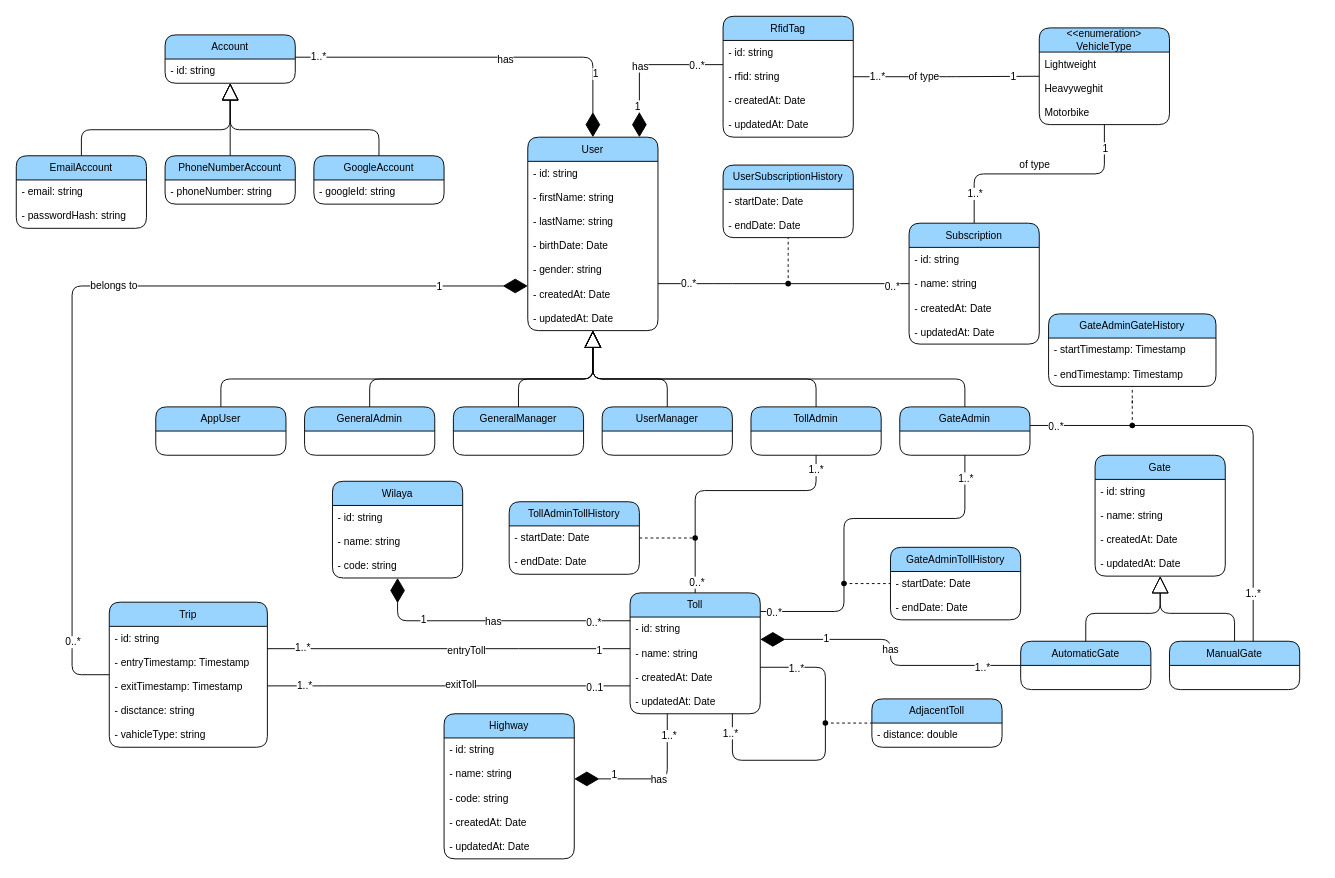
This is page "class diagram" (4 of 6) of diagrams/PeagePay.drawio from devlotfi/peage-pay, a draw.io file, before an edit. Source tidied: cells renumbered, new cells numbered last; positions are measured from the earlier drawing's top-left corner, leaving out a move shared by most shapes. Both pictures are drawn from the tidied source at 93%, with x=0, y=0 at pixel (16, 16).
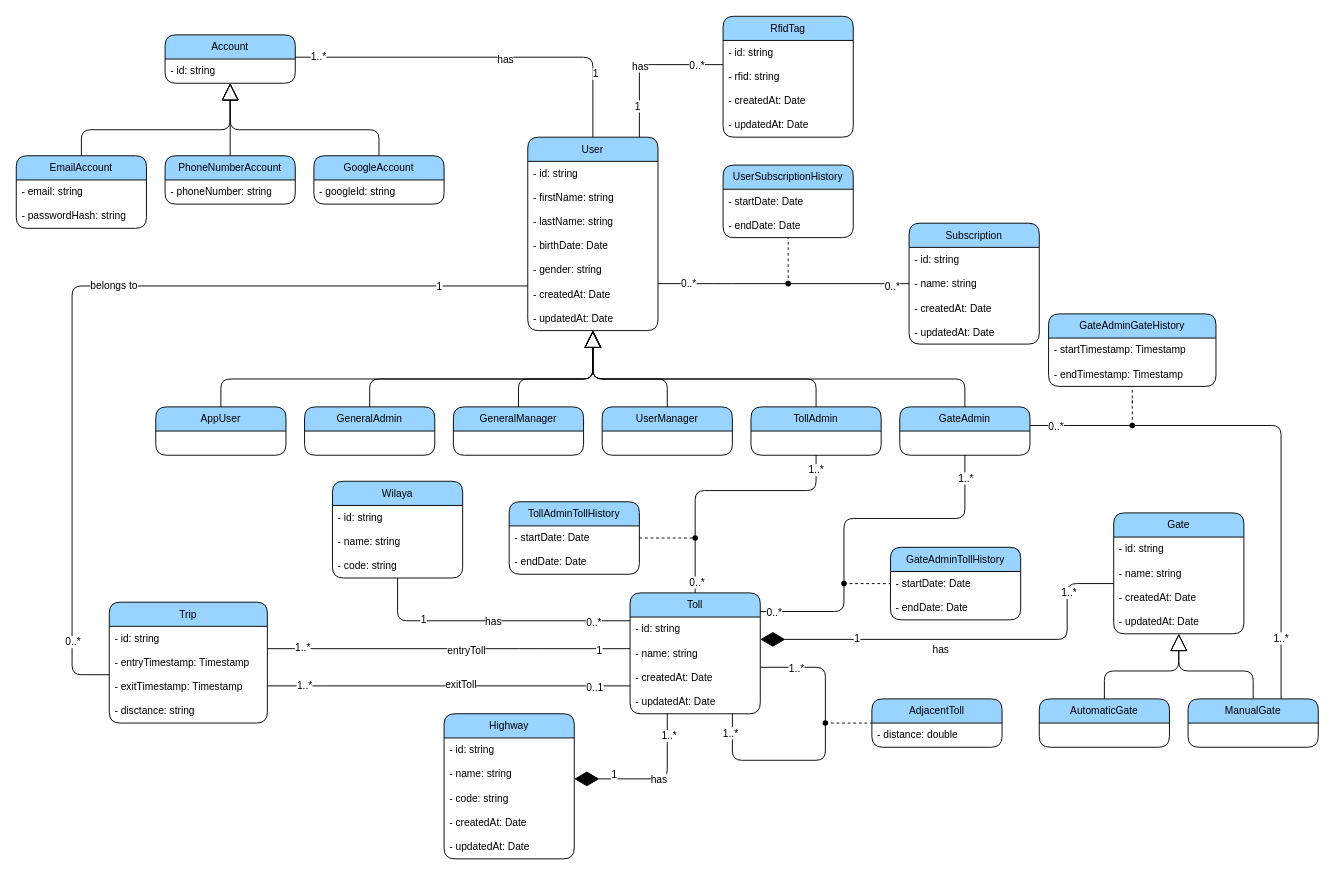
The same diagram, later.

Unchanged cells that the change refers to:
```xml
<mxCell id="8" value="Toll" style="swimlane;fontStyle=0;horizontal=1;startSize=26;fillColor=#99D3FF;whiteSpace=wrap;html=1;fontFamily=Helvetica;fontSize=11;fontColor=default;fillStyle=auto;rounded=1;glass=0;shadow=0;swimlaneFillColor=none;gradientColor=none;" parent="1" vertex="1">
  <mxGeometry x="660" y="620" width="140" height="130" as="geometry" />
</mxCell>
<mxCell id="13" value="Wilaya" style="swimlane;fontStyle=0;horizontal=1;startSize=26;whiteSpace=wrap;html=1;fontFamily=Helvetica;fontSize=11;fillStyle=auto;rounded=1;fillColor=#99D3FF;glass=0;shadow=0;swimlaneFillColor=none;gradientColor=none;fontColor=default;" parent="1" vertex="1">
  <mxGeometry x="340" y="500" width="140" height="104" as="geometry" />
</mxCell>
<mxCell id="25" value="User" style="swimlane;fontStyle=0;horizontal=1;startSize=26;fillColor=#99D3FF;whiteSpace=wrap;html=1;fontFamily=Helvetica;fontSize=11;fontColor=default;fillStyle=auto;rounded=1;glass=0;shadow=0;swimlaneFillColor=none;gradientColor=none;" parent="1" vertex="1">
  <mxGeometry x="550" y="130" width="140" height="208" as="geometry" />
</mxCell>
<mxCell id="79" value="Subscription" style="swimlane;fontStyle=0;horizontal=1;startSize=26;fillColor=#99D3FF;whiteSpace=wrap;html=1;fontFamily=Helvetica;fontSize=11;fontColor=default;fillStyle=auto;rounded=1;glass=0;shadow=0;swimlaneFillColor=none;gradientColor=none;" parent="1" vertex="1">
  <mxGeometry x="960" y="222.5" width="140" height="130" as="geometry" />
</mxCell>
<mxCell id="88" value="RfidTag" style="swimlane;fontStyle=0;horizontal=1;startSize=26;fillColor=#99D3FF;whiteSpace=wrap;html=1;fontFamily=Helvetica;fontSize=11;fontColor=default;fillStyle=auto;rounded=1;glass=0;shadow=0;swimlaneFillColor=none;gradientColor=none;" parent="1" vertex="1">
  <mxGeometry x="760" width="140" height="130" as="geometry" />
</mxCell>
<mxCell id="122" value="Account" style="swimlane;fontStyle=0;horizontal=1;startSize=26;whiteSpace=wrap;html=1;fontFamily=Helvetica;fontSize=11;fillColor=#99D3FF;fillStyle=auto;rounded=1;glass=0;shadow=0;swimlaneFillColor=none;gradientColor=none;fontColor=default;" parent="1" vertex="1">
  <mxGeometry x="160" y="20" width="140" height="52" as="geometry" />
</mxCell>
<mxCell id="161" style="shape=waypoint;sketch=0;size=6;points=[];fillColor=none;perimeter=centerPerimeter;snapToPoint=1;fontFamily=Helvetica;fontSize=11;fontColor=default;" parent="1" vertex="1">
  <mxGeometry x="1190" y="430" width="20" height="20" as="geometry" />
</mxCell>
```

What changed in the source:
```diff
@@
-    <mxCell id="17" style="endArrow=diamondThin;endFill=1;endSize=24;html=1;rounded=1;labelBackgroundColor=default;strokeColor=default;align=center;verticalAlign=middle;fontFamily=Helvetica;fontSize=11;fontColor=default;shape=connector;edgeStyle=orthogonalEdgeStyle;curved=0;" parent="1" edge="1" source="8" target="13">
+    <mxCell id="17" style="endArrow=none;endFill=0;endSize=24;html=1;rounded=1;labelBackgroundColor=default;strokeColor=default;align=center;verticalAlign=middle;fontFamily=Helvetica;fontSize=11;fontColor=default;shape=connector;edgeStyle=orthogonalEdgeStyle;curved=0;" parent="1" edge="1" source="8" target="13">
       <mxGeometry relative="1" as="geometry">
         <Array as="points">
           <mxPoint x="410" y="650" />
         </Array>
       </mxGeometry>
     </mxCell>
@@
     <mxCell id="43" value="Gate" style="swimlane;fontStyle=0;horizontal=1;startSize=26;fillColor=#99D3FF;whiteSpace=wrap;html=1;fontFamily=Helvetica;fontSize=11;fontColor=default;fillStyle=auto;rounded=1;glass=0;shadow=0;swimlaneFillColor=none;gradientColor=none;" parent="1" vertex="1">
-      <mxGeometry x="1160" y="472" width="140" height="130" as="geometry" />
+      <mxGeometry x="1180" y="534" width="140" height="130" as="geometry" />
     </mxCell>
@@
-    <mxCell id="48" style="endArrow=diamondThin;endFill=1;endSize=24;html=1;rounded=1;labelBackgroundColor=default;strokeColor=default;align=center;verticalAlign=middle;fontFamily=Helvetica;fontSize=11;fontColor=default;shape=connector;edgeStyle=orthogonalEdgeStyle;curved=0;fillColor=#1ba1e2;" parent="1" edge="1" source="152" target="8">
+    <mxCell id="48" style="endArrow=diamondThin;endFill=1;endSize=24;html=1;rounded=1;labelBackgroundColor=default;strokeColor=default;align=center;verticalAlign=middle;fontFamily=Helvetica;fontSize=11;fontColor=default;shape=connector;edgeStyle=orthogonalEdgeStyle;curved=0;fillColor=#1ba1e2;" parent="1" edge="1" source="43" target="8">
       <mxGeometry relative="1" as="geometry">
         <Array as="points">
-          <mxPoint x="940" y="698" />
-          <mxPoint x="940" y="670" />
+          <mxPoint x="1130" y="610" />
+          <mxPoint x="1130" y="670" />
         </Array>
       </mxGeometry>
     </mxCell>
@@
-    <mxCell id="75" style="edgeStyle=orthogonalEdgeStyle;shape=connector;curved=0;rounded=1;jettySize=auto;html=1;labelBackgroundColor=default;strokeColor=default;align=center;verticalAlign=middle;fontFamily=Helvetica;fontSize=11;fontColor=default;endArrow=none;endFill=0;endSize=16;" parent="1" edge="1" source="79" target="97">
-      <mxGeometry relative="1" as="geometry" />
-    </mxCell>
-    <mxCell id="76" value="of type" style="edgeLabel;html=1;align=center;verticalAlign=middle;fontSize=11;fontFamily=Helvetica;fontColor=default;" parent="75" vertex="1">
-      <mxGeometry x="-0.05" relative="1" as="geometry">
-        <mxPoint y="-10" as="offset" />
-      </mxGeometry>
-    </mxCell>
-    <mxCell id="77" value="1..*" style="edgeLabel;html=1;align=center;verticalAlign=middle;fontSize=11;fontFamily=Helvetica;fontColor=default;" parent="75" vertex="1">
-      <mxGeometry x="-0.82" relative="1" as="geometry">
-        <mxPoint y="-10" as="offset" />
-      </mxGeometry>
-    </mxCell>
-    <mxCell id="78" value="1" style="edgeLabel;html=1;align=center;verticalAlign=middle;fontSize=11;fontFamily=Helvetica;fontColor=default;" parent="75" vertex="1">
-      <mxGeometry x="0.87" relative="1" as="geometry">
-        <mxPoint y="9" as="offset" />
-      </mxGeometry>
-    </mxCell>
@@
-    <mxCell id="84" style="edgeStyle=orthogonalEdgeStyle;shape=connector;curved=0;rounded=1;jettySize=auto;html=1;labelBackgroundColor=default;strokeColor=default;align=center;verticalAlign=middle;fontFamily=Helvetica;fontSize=11;fontColor=default;endArrow=none;endFill=0;endSize=16;" parent="1" edge="1" source="88" target="97">
-      <mxGeometry relative="1" as="geometry" />
-    </mxCell>
-    <mxCell id="85" value="of type" style="edgeLabel;html=1;align=center;verticalAlign=middle;fontSize=11;fontFamily=Helvetica;fontColor=default;" parent="84" vertex="1">
-      <mxGeometry x="-0.25" y="1" relative="1" as="geometry" />
-    </mxCell>
-    <mxCell id="86" value="1..*" style="edgeLabel;html=1;align=center;verticalAlign=middle;fontSize=11;fontFamily=Helvetica;fontColor=default;" parent="84" vertex="1">
-      <mxGeometry x="-0.75" y="1" relative="1" as="geometry" />
-    </mxCell>
-    <mxCell id="87" value="1" style="edgeLabel;html=1;align=center;verticalAlign=middle;fontSize=11;fontFamily=Helvetica;fontColor=default;" parent="84" vertex="1">
-      <mxGeometry x="0.72" relative="1" as="geometry" />
-    </mxCell>
@@
-    <mxCell id="93" style="endArrow=diamondThin;endFill=1;endSize=24;html=1;rounded=1;labelBackgroundColor=default;strokeColor=default;align=center;verticalAlign=middle;fontFamily=Helvetica;fontSize=11;fontColor=default;shape=connector;edgeStyle=orthogonalEdgeStyle;curved=0;" parent="1" edge="1" source="88" target="25">
+    <mxCell id="93" style="endArrow=none;endFill=0;endSize=24;html=1;rounded=1;labelBackgroundColor=default;strokeColor=default;align=center;verticalAlign=middle;fontFamily=Helvetica;fontSize=11;fontColor=default;shape=connector;edgeStyle=orthogonalEdgeStyle;curved=0;" parent="1" edge="1" source="88" target="25">
       <mxGeometry relative="1" as="geometry">
         <Array as="points">
           <mxPoint x="670" y="52" />
         </Array>
       </mxGeometry>
     </mxCell>
@@
-    <mxCell id="97" value="&amp;lt;&amp;lt;enumeration&amp;gt;&lt;br&gt;VehicleType" style="swimlane;fontStyle=0;horizontal=1;startSize=26;fillColor=#99D3FF;whiteSpace=wrap;html=1;fontFamily=Helvetica;fontSize=11;fontColor=default;fillStyle=auto;rounded=1;glass=0;shadow=0;swimlaneFillColor=none;gradientColor=none;" parent="1" vertex="1">
-      <mxGeometry x="1100" y="12.5" width="140" height="104" as="geometry" />
-    </mxCell>
-    <mxCell id="98" value="Lightweight" style="text;strokeColor=none;fillColor=none;align=left;verticalAlign=top;spacingLeft=4;spacingRight=4;overflow=hidden;whiteSpace=wrap;html=1;fontSize=11;fontFamily=Helvetica;fontColor=default;" parent="97" vertex="1">
-      <mxGeometry y="26" width="140" height="26" as="geometry" />
-    </mxCell>
-    <mxCell id="99" value="Heavyweghit" style="text;strokeColor=none;fillColor=none;align=left;verticalAlign=top;spacingLeft=4;spacingRight=4;overflow=hidden;whiteSpace=wrap;html=1;fontSize=11;fontFamily=Helvetica;fontColor=default;" parent="97" vertex="1">
-      <mxGeometry y="52" width="140" height="26" as="geometry" />
-    </mxCell>
-    <mxCell id="100" value="Motorbike" style="text;strokeColor=none;fillColor=none;align=left;verticalAlign=top;spacingLeft=4;spacingRight=4;overflow=hidden;whiteSpace=wrap;html=1;fontSize=11;fontFamily=Helvetica;fontColor=default;" parent="97" vertex="1">
-      <mxGeometry y="78" width="140" height="26" as="geometry" />
-    </mxCell>
@@
     <mxCell id="112" value="Trip" style="swimlane;fontStyle=0;horizontal=1;startSize=26;fillColor=#99D3FF;whiteSpace=wrap;html=1;fontFamily=Helvetica;fontSize=11;fontColor=default;fillStyle=auto;rounded=1;glass=0;shadow=0;swimlaneFillColor=none;gradientColor=none;" parent="1" vertex="1">
-      <mxGeometry x="100" y="630" width="170" height="156" as="geometry" />
+      <mxGeometry x="100" y="630" width="170" height="130" as="geometry" />
     </mxCell>
@@
-    <mxCell id="117" value="- vahicleType: string" style="text;strokeColor=none;fillColor=none;align=left;verticalAlign=top;spacingLeft=4;spacingRight=4;overflow=hidden;whiteSpace=wrap;html=1;fontSize=11;fontFamily=Helvetica;fontColor=default;" parent="112" vertex="1">
-      <mxGeometry y="130" width="170" height="26" as="geometry" />
-    </mxCell>
-    <mxCell id="118" style="endArrow=diamondThin;endFill=1;endSize=24;html=1;rounded=1;labelBackgroundColor=default;strokeColor=default;align=center;verticalAlign=middle;fontFamily=Helvetica;fontSize=11;fontColor=default;shape=connector;edgeStyle=orthogonalEdgeStyle;curved=0;" parent="1" edge="1" source="112" target="25">
+    <mxCell id="118" style="endArrow=none;endFill=0;endSize=24;html=1;rounded=1;labelBackgroundColor=default;strokeColor=default;align=center;verticalAlign=middle;fontFamily=Helvetica;fontSize=11;fontColor=default;shape=connector;edgeStyle=orthogonalEdgeStyle;curved=0;" parent="1" edge="1" source="112" target="25">
       <mxGeometry relative="1" as="geometry">
         <Array as="points">
           <mxPoint x="60" y="708" />
           <mxPoint x="60" y="290" />
         </Array>
       </mxGeometry>
     </mxCell>
@@
-    <mxCell id="134" style="endArrow=diamondThin;endFill=1;endSize=24;html=1;rounded=1;labelBackgroundColor=default;strokeColor=default;align=center;verticalAlign=middle;fontFamily=Helvetica;fontSize=11;fontColor=default;shape=connector;edgeStyle=orthogonalEdgeStyle;curved=0;" parent="1" edge="1" source="122" target="25">
+    <mxCell id="134" style="endArrow=none;endFill=0;endSize=24;html=1;rounded=1;labelBackgroundColor=default;strokeColor=default;align=center;verticalAlign=middle;fontFamily=Helvetica;fontSize=11;fontColor=default;shape=connector;edgeStyle=orthogonalEdgeStyle;curved=0;" parent="1" edge="1" source="122" target="25">
       <mxGeometry relative="1" as="geometry">
         <Array as="points">
           <mxPoint x="620" y="44" />
         </Array>
       </mxGeometry>
     </mxCell>
@@
     <mxCell id="152" value="AutomaticGate" style="swimlane;fontStyle=0;horizontal=1;startSize=26;fillColor=#99D3FF;whiteSpace=wrap;html=1;fontFamily=Helvetica;fontSize=11;fontColor=default;fillStyle=auto;rounded=1;glass=0;shadow=0;swimlaneFillColor=none;gradientColor=none;" parent="1" vertex="1">
-      <mxGeometry x="1080" y="672" width="140" height="52" as="geometry" />
+      <mxGeometry x="1100" y="734" width="140" height="52" as="geometry" />
     </mxCell>
     <mxCell id="153" value="ManualGate" style="swimlane;fontStyle=0;horizontal=1;startSize=26;fillColor=#99D3FF;whiteSpace=wrap;html=1;fontFamily=Helvetica;fontSize=11;fontColor=default;fillStyle=auto;rounded=1;glass=0;shadow=0;swimlaneFillColor=none;gradientColor=none;" parent="1" vertex="1">
-      <mxGeometry x="1240" y="672" width="140" height="52" as="geometry" />
+      <mxGeometry x="1260" y="734" width="140" height="52" as="geometry" />
     </mxCell>
     <mxCell id="154" style="endArrow=block;endSize=16;endFill=0;html=1;rounded=1;labelBackgroundColor=default;strokeColor=default;align=center;verticalAlign=middle;fontFamily=Helvetica;fontSize=11;fontColor=default;shape=connector;edgeStyle=orthogonalEdgeStyle;curved=0;" parent="1" edge="1" source="152" target="43">
       <mxGeometry relative="1" as="geometry">
         <Array as="points">
-          <mxPoint x="1150" y="642" />
-          <mxPoint x="1230" y="642" />
+          <mxPoint x="1170" y="704" />
+          <mxPoint x="1250" y="704" />
         </Array>
       </mxGeometry>
     </mxCell>
     <mxCell id="155" style="endArrow=block;endSize=16;endFill=0;html=1;rounded=1;labelBackgroundColor=default;strokeColor=default;align=center;verticalAlign=middle;fontFamily=Helvetica;fontSize=11;fontColor=default;shape=connector;edgeStyle=orthogonalEdgeStyle;curved=0;" parent="1" edge="1" source="153" target="43">
       <mxGeometry relative="1" as="geometry">
         <Array as="points">
-          <mxPoint x="1310" y="642" />
-          <mxPoint x="1230" y="642" />
+          <mxPoint x="1330" y="704" />
+          <mxPoint x="1250" y="704" />
         </Array>
       </mxGeometry>
     </mxCell>
     <mxCell id="156" style="edgeStyle=orthogonalEdgeStyle;shape=connector;curved=0;rounded=1;jettySize=auto;html=1;labelBackgroundColor=default;strokeColor=default;align=center;verticalAlign=middle;fontFamily=Helvetica;fontSize=11;fontColor=default;endArrow=none;endFill=0;" parent="1" edge="1" source="161" target="153">
       <mxGeometry relative="1" as="geometry">
         <Array as="points">
-          <mxPoint x="1330" y="440" />
+          <mxPoint x="1360" y="440" />
         </Array>
       </mxGeometry>
     </mxCell>
```
